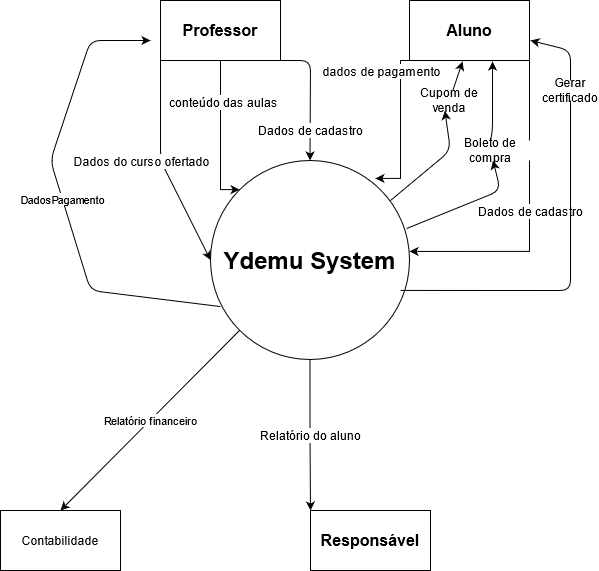
Earlier version of the draw.io export contexto.png (gabrielmaximo/UFU). Source tidied: cells renumbered, new cells last; positions are measured from the earlier drawing's top-left corner, leaving out a move shared by most shapes.
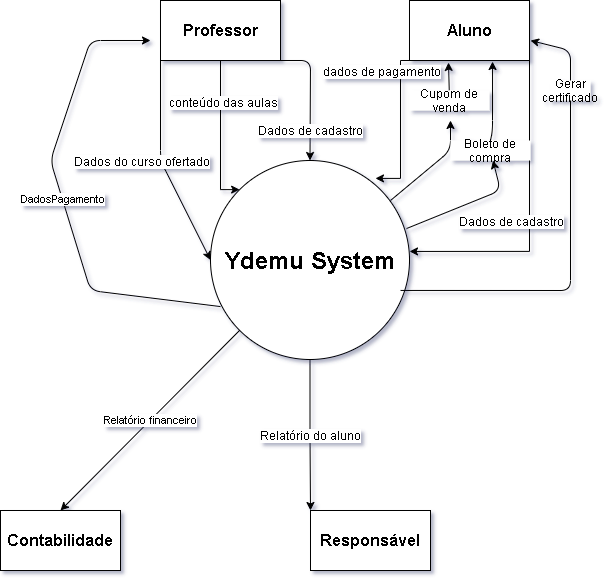
After the commit.

Diff of the diagram source:
```diff
@@ -26,7 +26,7 @@
     </mxCell>
     <mxCell id="7" value="&lt;font style=&quot;font-size: 12px&quot;&gt;Dados de cadastro&lt;/font&gt;" style="edgeLabel;html=1;align=center;verticalAlign=middle;" parent="6" vertex="1">
       <mxGeometry x="-0.54" y="-1" relative="1" as="geometry">
-        <mxPoint x="1" y="79" as="offset" />
+        <mxPoint x="-18" y="89" as="offset" />
       </mxGeometry>
     </mxCell>
     <mxCell id="8" value="&lt;b style=&quot;font-size: 16px&quot;&gt;Aluno&lt;/b&gt;" style="rounded=0;whiteSpace=wrap;html=1;" parent="1" vertex="1">
@@ -64,7 +64,7 @@
         <mxPoint x="-22" y="14" as="offset" />
       </mxGeometry>
     </mxCell>
-    <mxCell id="15" style="endArrow=classic;html=1;entryX=0.442;entryY=1.017;entryDx=0;entryDy=0;entryPerimeter=0;" parent="1" edge="1" source="17" target="8">
+    <mxCell id="15" style="endArrow=classic;html=1;entryX=0.325;entryY=1.033;entryDx=0;entryDy=0;entryPerimeter=0;" parent="1" edge="1" source="17" target="8">
       <mxGeometry relative="1" as="geometry" />
     </mxCell>
     <mxCell id="16" style="endArrow=classic;html=1;entryX=0.692;entryY=1.017;entryDx=0;entryDy=0;entryPerimeter=0;exitX=0.5;exitY=0;exitDx=0;exitDy=0;" parent="1" edge="1" source="20" target="8">
@@ -77,9 +77,10 @@
     <mxCell id="17" value="Cupom de venda" style="text;html=1;strokeColor=none;align=center;verticalAlign=middle;whiteSpace=wrap;rounded=0;fillColor=#ffffff;" parent="1" vertex="1">
       <mxGeometry x="409" y="90" width="80" height="20" as="geometry" />
     </mxCell>
-    <mxCell id="18" style="endArrow=classic;html=1;entryX=0.442;entryY=1.017;entryDx=0;entryDy=0;entryPerimeter=0;" parent="1" edge="1" target="17">
+    <mxCell id="18" style="endArrow=classic;html=1;" parent="1" edge="1">
       <mxGeometry relative="1" as="geometry">
         <mxPoint x="390" y="200" as="sourcePoint" />
+        <mxPoint x="450" y="120" as="targetPoint" />
         <Array as="points">
           <mxPoint x="450" y="150" />
         </Array>
@@ -107,7 +108,7 @@
     <mxCell id="22" value="Gerar certificado" style="text;html=1;strokeColor=none;align=center;verticalAlign=middle;whiteSpace=wrap;rounded=0;fillColor=#ffffff;" parent="1" vertex="1">
       <mxGeometry x="550" y="80" width="40" height="20" as="geometry" />
     </mxCell>
-    <mxCell id="23" value="Contabilidade" style="rounded=0;whiteSpace=wrap;html=1;fillColor=#ffffff;" parent="1" vertex="1">
+    <mxCell id="23" value="&lt;b&gt;&lt;font style=&quot;font-size: 16px&quot;&gt;Contabilidade&lt;/font&gt;&lt;/b&gt;" style="rounded=0;whiteSpace=wrap;html=1;fillColor=#ffffff;" parent="1" vertex="1">
       <mxGeometry y="510" width="120" height="60" as="geometry" />
     </mxCell>
     <mxCell id="24" value="&lt;font style=&quot;font-size: 16px&quot;&gt;&lt;b&gt;&lt;font style=&quot;font-size: 16px&quot;&gt;Re&lt;/font&gt;sponsável&lt;/b&gt;&lt;/font&gt;" style="rounded=0;whiteSpace=wrap;html=1;" parent="1" vertex="1">
```
